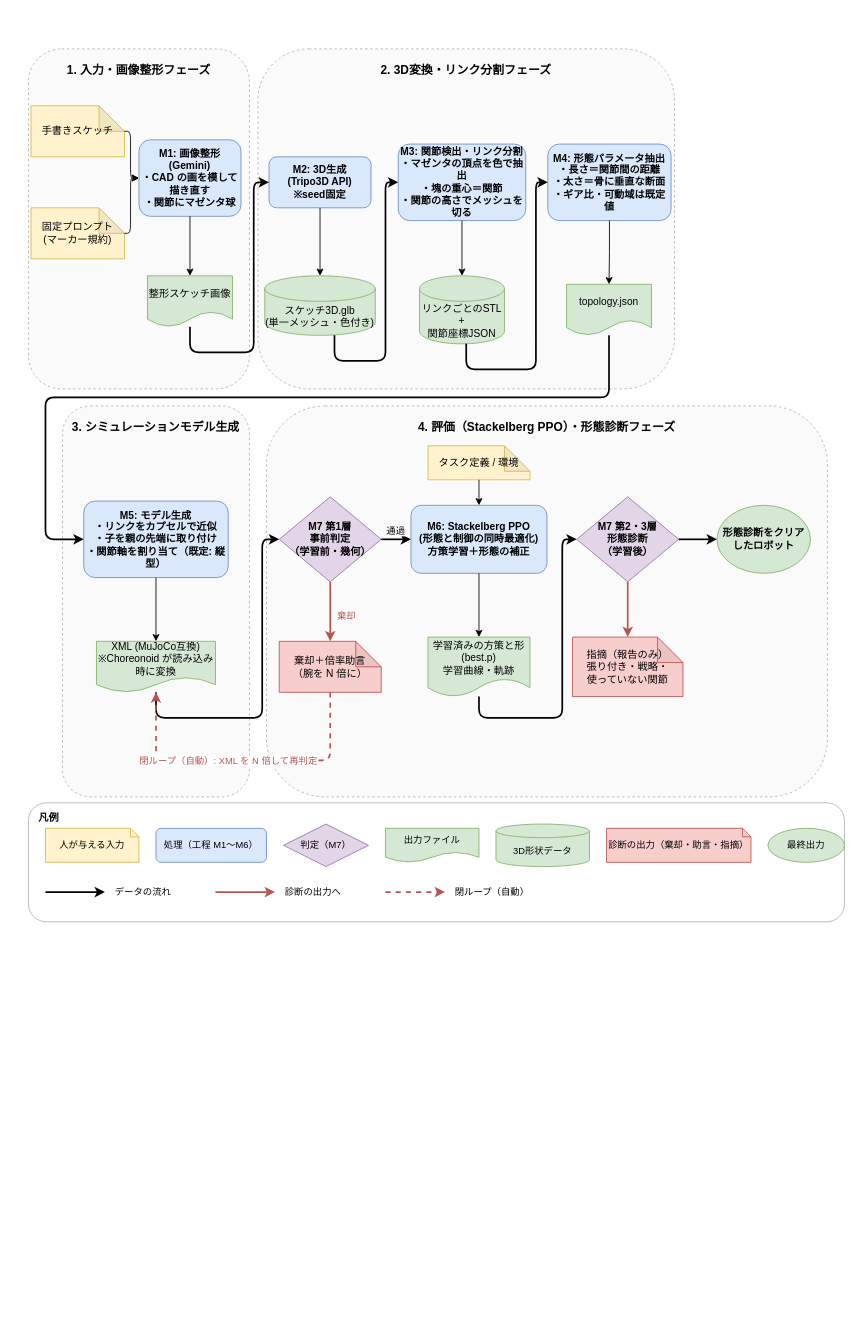
This is docs/研究応用/執筆/システム図_論文用.drawio from 233301koshiro/StackelbergPPO, a draw.io file, before an edit. Source tidied: cells renumbered, new cells numbered last; positions are measured from the earlier drawing's top-left corner, leaving out a move shared by most shapes. Both pictures are drawn from the tidied source at 85%, with x=0, y=0 at pixel (28, 48).
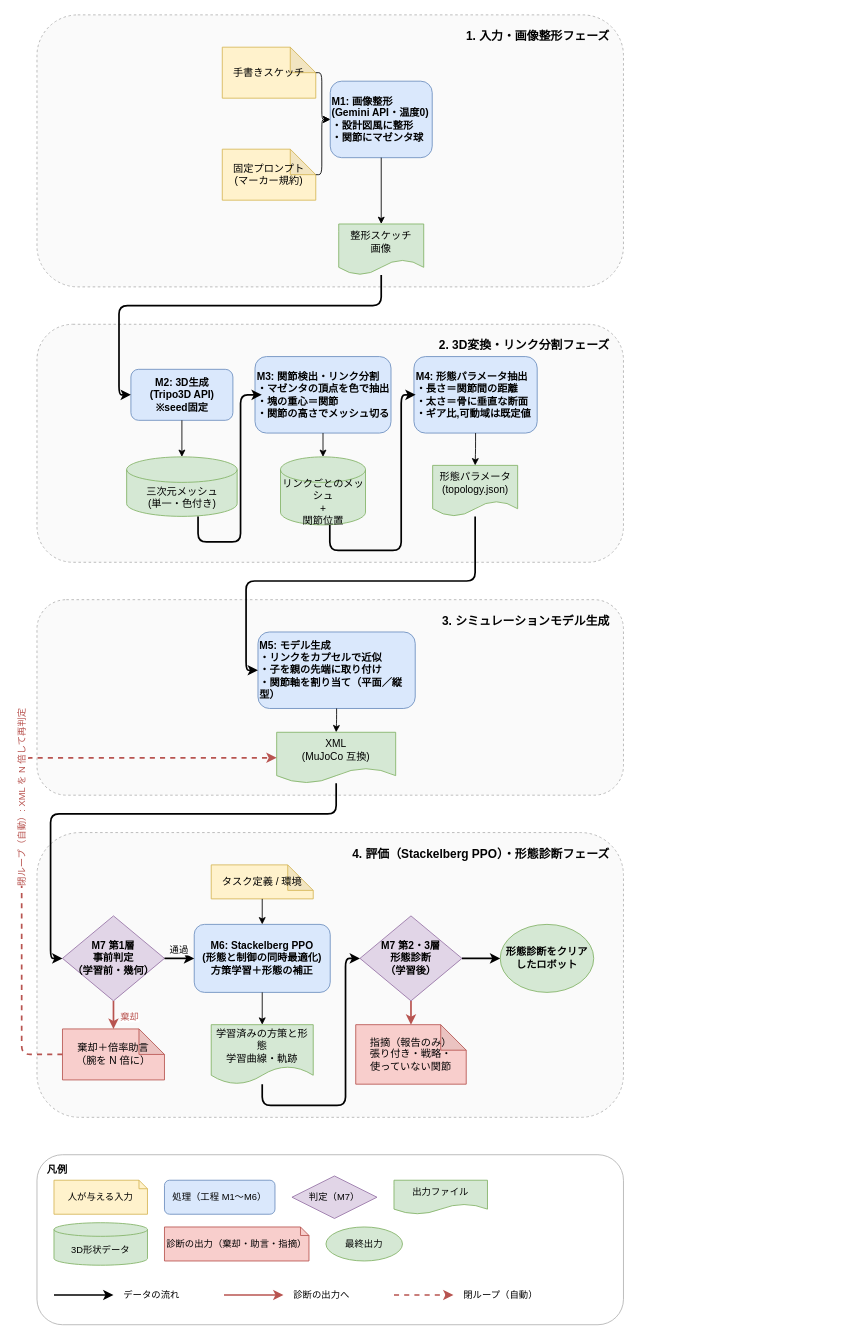
After the change.

Commit message (it also covers changes not shown here):
図 3.1 の論文用を 4 段に（make_system_figure.py、横長はスライド用に残す。論文用はファイル名を中身の名前に、既定は平面）、図 3.5 を関節▲と擬似コードに、3.9 にカプセルの大きさの理由（両版）。図 3.1 の PDF 書き出しは未実施

What changed in the source:
```diff
@@
-    <mxCell id="2" value="1. 入力・画像整形フェーズ" style="rounded=1;whiteSpace=wrap;html=1;dashed=1;fillColor=#fafafa;verticalAlign=top;fontStyle=1;fontSize=14;spacingTop=10;strokeColor=#b3b3b3;" parent="1" vertex="1">
-      <mxGeometry width="260" height="400" as="geometry" />
+    <mxCell id="2" value="1. 入力・画像整形フェーズ" style="rounded=1;whiteSpace=wrap;html=1;dashed=1;fillColor=#fafafa;verticalAlign=top;fontStyle=1;fontSize=14;spacingTop=10;strokeColor=#b3b3b3;align=right;spacingRight=14;" parent="1" vertex="1">
+      <mxGeometry x="10" y="-40" width="690" height="320" as="geometry" />
     </mxCell>
-    <mxCell id="3" value="2. 3D変換・リンク分割フェーズ" style="rounded=1;whiteSpace=wrap;html=1;dashed=1;fillColor=#fafafa;verticalAlign=top;fontStyle=1;fontSize=14;spacingTop=10;strokeColor=#b3b3b3;" parent="1" vertex="1">
-      <mxGeometry x="270" width="490" height="400" as="geometry" />
+    <mxCell id="3" value="2. 3D変換・リンク分割フェーズ" style="rounded=1;whiteSpace=wrap;html=1;dashed=1;fillColor=#fafafa;verticalAlign=top;fontStyle=1;fontSize=14;spacingTop=10;strokeColor=#b3b3b3;align=right;spacingRight=14;" parent="1" vertex="1">
+      <mxGeometry x="10" y="324" width="690" height="280" as="geometry" />
     </mxCell>
-    <mxCell id="4" value="3. シミュレーションモデル生成" style="rounded=1;whiteSpace=wrap;html=1;dashed=1;fillColor=#fafafa;verticalAlign=top;fontStyle=1;fontSize=14;spacingTop=10;strokeColor=#b3b3b3;" parent="1" vertex="1">
-      <mxGeometry x="40" y="420" width="220" height="460" as="geometry" />
+    <mxCell id="4" value="3. シミュレーションモデル生成" style="rounded=1;whiteSpace=wrap;html=1;dashed=1;fillColor=#fafafa;verticalAlign=top;fontStyle=1;fontSize=14;spacingTop=10;strokeColor=#b3b3b3;align=right;spacingRight=14;" parent="1" vertex="1">
+      <mxGeometry x="10" y="648" width="690" height="230" as="geometry" />
     </mxCell>
-    <mxCell id="5" value="4. 評価（Stackelberg PPO）・形態診断フェーズ" style="rounded=1;whiteSpace=wrap;html=1;dashed=1;fillColor=#fafafa;verticalAlign=top;fontStyle=1;fontSize=14;spacingTop=10;strokeColor=#b3b3b3;" parent="1" vertex="1">
-      <mxGeometry x="280" y="420" width="660" height="460" as="geometry" />
+    <mxCell id="5" value="4. 評価（Stackelberg PPO）・形態診断フェーズ" style="rounded=1;whiteSpace=wrap;html=1;dashed=1;fillColor=#fafafa;verticalAlign=top;fontStyle=1;fontSize=14;spacingTop=10;strokeColor=#b3b3b3;align=right;spacingRight=14;" parent="1" vertex="1">
+      <mxGeometry x="10" y="922" width="690" height="335" as="geometry" />
     </mxCell>
     <mxCell id="6" value="手書きスケッチ" style="shape=note;whiteSpace=wrap;html=1;backgroundOutline=1;darkOpacity=0.05;fillColor=#fff2cc;strokeColor=#d6b656;" parent="1" vertex="1">
-      <mxGeometry x="3" y="67" width="110" height="60" as="geometry" />
+      <mxGeometry x="228" y="-2" width="110" height="60" as="geometry" />
     </mxCell>
     <mxCell id="7" value="固定プロンプト&#10;(マーカー規約)" style="shape=note;whiteSpace=wrap;html=1;backgroundOutline=1;darkOpacity=0.05;fillColor=#fff2cc;strokeColor=#d6b656;" parent="1" vertex="1">
-      <mxGeometry x="3" y="187" width="110" height="60" as="geometry" />
+      <mxGeometry x="228" y="118" width="110" height="60" as="geometry" />
     </mxCell>
-    <mxCell id="8" value="M1: 画像整形&#10;(Gemini)&#10;・CAD の画を模して描き直す&#10;・関節にマゼンタ球" style="rounded=1;whiteSpace=wrap;html=1;fillColor=#dae8fc;strokeColor=#6c8ebf;fontStyle=1;" parent="1" vertex="1">
-      <mxGeometry x="130" y="107" width="120" height="90" as="geometry" />
+    <mxCell id="8" value="M1: 画像整形&lt;br&gt;(Gemini API・温度0)&lt;br&gt;・設計図風に整形&lt;br&gt;・関節にマゼンタ球" style="rounded=1;whiteSpace=wrap;html=1;fillColor=#dae8fc;strokeColor=#6c8ebf;fontStyle=1;align=left;" parent="1" vertex="1">
+      <mxGeometry x="355" y="38" width="120" height="90" as="geometry" />
     </mxCell>
-    <mxCell id="9" value="整形スケッチ画像" style="shape=document;whiteSpace=wrap;html=1;boundedLbl=1;fillColor=#d5e8d4;strokeColor=#82b366;" parent="1" vertex="1">
-      <mxGeometry x="140" y="267" width="100" height="60" as="geometry" />
+    <mxCell id="9" value="整形スケッチ&lt;br&gt;画像" style="shape=document;whiteSpace=wrap;html=1;boundedLbl=1;fillColor=#d5e8d4;strokeColor=#82b366;" parent="1" vertex="1">
+      <mxGeometry x="365" y="206" width="100" height="60" as="geometry" />
     </mxCell>
     <mxCell id="10" style="edgeStyle=orthogonalEdgeStyle;rounded=1;html=1;entryX=0;entryY=0.5;entryDx=0;entryDy=0;" parent="1" edge="1" source="6" target="8">
       <mxGeometry relative="1" as="geometry">
         <Array as="points">
-          <mxPoint x="120.1" y="97.1" />
-          <mxPoint x="120.1" y="152" />
+          <mxPoint x="345.1" y="28.1" />
+          <mxPoint x="345.1" y="83" />
         </Array>
       </mxGeometry>
     </mxCell>
     <mxCell id="11" style="edgeStyle=orthogonalEdgeStyle;rounded=1;html=1;entryX=0;entryY=0.5;entryDx=0;entryDy=0;" parent="1" edge="1" source="7" target="8">
       <mxGeometry relative="1" as="geometry">
         <Array as="points">
-          <mxPoint x="120.1" y="217.1" />
-          <mxPoint x="120.1" y="152" />
+          <mxPoint x="345.1" y="148.1" />
+          <mxPoint x="345.1" y="83" />
         </Array>
       </mxGeometry>
     </mxCell>
@@
     <mxCell id="13" value="M2: 3D生成&#10;(Tripo3D API)&#10;※seed固定" style="rounded=1;whiteSpace=wrap;html=1;fillColor=#dae8fc;strokeColor=#6c8ebf;fontStyle=1;" parent="1" vertex="1">
-      <mxGeometry x="283" y="127" width="120" height="60" as="geometry" />
+      <mxGeometry x="120.5" y="377" width="120" height="60" as="geometry" />
     </mxCell>
-    <mxCell id="14" value="スケッチ3D.glb&#10;(単一メッシュ・色付き)" style="shape=cylinder3;whiteSpace=wrap;html=1;boundedLbl=1;backgroundOutline=1;size=15;fillColor=#d5e8d4;strokeColor=#82b366;" parent="1" vertex="1">
-      <mxGeometry x="278" y="267" width="130" height="70" as="geometry" />
+    <mxCell id="14" value="三次元メッシュ&lt;br&gt;(単一・色付き)" style="shape=cylinder3;whiteSpace=wrap;html=1;boundedLbl=1;backgroundOutline=1;size=15;fillColor=#d5e8d4;strokeColor=#82b366;" parent="1" vertex="1">
+      <mxGeometry x="115.5" y="480" width="130" height="70" as="geometry" />
     </mxCell>
-    <mxCell id="15" value="M3: 関節検出・リンク分割&#10;・マゼンタの頂点を色で抽出&#10;・塊の重心＝関節&#10;・関節の高さでメッシュを切る" style="rounded=1;whiteSpace=wrap;html=1;fillColor=#dae8fc;strokeColor=#6c8ebf;fontStyle=1;" parent="1" vertex="1">
-      <mxGeometry x="435" y="112" width="150" height="90" as="geometry" />
+    <mxCell id="15" value="M3: 関節検出・リンク分割&lt;br&gt;・マゼンタの頂点を色で抽出&lt;br&gt;・塊の重心＝関節&lt;br&gt;・関節の高さでメッシュ切る" style="rounded=1;whiteSpace=wrap;html=1;fillColor=#dae8fc;strokeColor=#6c8ebf;fontStyle=1;align=left;" parent="1" vertex="1">
+      <mxGeometry x="266.5" y="362" width="160" height="90" as="geometry" />
     </mxCell>
-    <mxCell id="16" value="リンクごとのSTL&#10;+&#10;関節座標JSON" style="shape=cylinder3;whiteSpace=wrap;html=1;boundedLbl=1;backgroundOutline=1;size=15;fillColor=#d5e8d4;strokeColor=#82b366;" parent="1" vertex="1">
-      <mxGeometry x="460" y="267" width="100" height="80" as="geometry" />
+    <mxCell id="16" value="リンクごとのメッシュ&lt;br&gt;+&lt;br&gt;関節位置" style="shape=cylinder3;whiteSpace=wrap;html=1;boundedLbl=1;backgroundOutline=1;size=15;fillColor=#d5e8d4;strokeColor=#82b366;" parent="1" vertex="1">
+      <mxGeometry x="296.5" y="480" width="100" height="80" as="geometry" />
     </mxCell>
-    <mxCell id="17" value="M4: 形態パラメータ抽出&#10;・長さ＝関節間の距離&#10;・太さ＝骨に垂直な断面&#10;・ギア比・可動域は既定値" style="rounded=1;whiteSpace=wrap;html=1;fillColor=#dae8fc;strokeColor=#6c8ebf;fontStyle=1;" parent="1" vertex="1">
-      <mxGeometry x="611" y="112" width="145" height="90" as="geometry" />
+    <mxCell id="17" value="M4: 形態パラメータ抽出&lt;br&gt;・長さ＝関節間の距離&lt;br&gt;・太さ＝骨に垂直な断面&lt;br&gt;・ギア比,可動域は既定値" style="rounded=1;whiteSpace=wrap;html=1;fillColor=#dae8fc;strokeColor=#6c8ebf;fontStyle=1;align=left;" parent="1" vertex="1">
+      <mxGeometry x="453.5" y="362" width="145" height="90" as="geometry" />
     </mxCell>
-    <mxCell id="18" value="topology.json" style="shape=document;whiteSpace=wrap;html=1;boundedLbl=1;fillColor=#d5e8d4;strokeColor=#82b366;" parent="1" vertex="1">
-      <mxGeometry x="633" y="277" width="100" height="60" as="geometry" />
+    <mxCell id="18" value="形態パラメータ&lt;br&gt;(topology.json)" style="shape=document;whiteSpace=wrap;html=1;boundedLbl=1;fillColor=#d5e8d4;strokeColor=#82b366;" parent="1" vertex="1">
+      <mxGeometry x="475.5" y="490" width="100" height="60" as="geometry" />
     </mxCell>
     <mxCell id="19" style="edgeStyle=orthogonalEdgeStyle;rounded=1;html=1;strokeWidth=2;" parent="1" edge="1" source="9" target="13">
       <mxGeometry relative="1" as="geometry">
         <Array as="points">
-          <mxPoint x="190" y="357" />
-          <mxPoint x="265" y="357" />
-          <mxPoint x="265" y="157" />
+          <mxPoint x="415" y="302" />
+          <mxPoint x="106.5" y="302" />
+          <mxPoint x="106.5" y="407" />
         </Array>
       </mxGeometry>
     </mxCell>
@@
-    <mxCell id="21" style="edgeStyle=orthogonalEdgeStyle;rounded=1;html=1;strokeWidth=2;" parent="1" edge="1" source="14" target="15">
+    <mxCell id="21" style="edgeStyle=orthogonalEdgeStyle;rounded=1;html=1;strokeWidth=2;" parent="1" edge="1">
       <mxGeometry relative="1" as="geometry">
+        <mxPoint x="199.5" y="550" as="sourcePoint" />
+        <mxPoint x="274.5" y="407" as="targetPoint" />
         <Array as="points">
-          <mxPoint x="360" y="367" />
-          <mxPoint x="420" y="367" />
-          <mxPoint x="420" y="157" />
+          <mxPoint x="199.5" y="580" />
+          <mxPoint x="249.5" y="580" />
+          <mxPoint x="249.5" y="407" />
         </Array>
       </mxGeometry>
     </mxCell>
@@
-    <mxCell id="23" style="edgeStyle=orthogonalEdgeStyle;rounded=1;html=1;strokeWidth=2;" parent="1" edge="1" source="16" target="17">
+    <mxCell id="23" style="edgeStyle=orthogonalEdgeStyle;rounded=1;html=1;strokeWidth=2;" parent="1" edge="1">
       <mxGeometry relative="1" as="geometry">
+        <mxPoint x="354.5" y="560" as="sourcePoint" />
+        <mxPoint x="455.5" y="407" as="targetPoint" />
         <Array as="points">
-          <mxPoint x="515" y="377" />
-          <mxPoint x="597" y="377" />
-          <mxPoint x="597" y="157" />
+          <mxPoint x="354.5" y="590" />
+          <mxPoint x="438.5" y="590" />
+          <mxPoint x="438.5" y="407" />
         </Array>
       </mxGeometry>
     </mxCell>
@@
-    <mxCell id="25" value="M5: モデル生成&#10;・リンクをカプセルで近似&#10;・子を親の先端に取り付け&#10;・関節軸を割り当て（既定: 縦型）" style="rounded=1;whiteSpace=wrap;html=1;fillColor=#dae8fc;strokeColor=#6c8ebf;fontStyle=1;" parent="1" vertex="1">
-      <mxGeometry x="65" y="532" width="170" height="90" as="geometry" />
+    <mxCell id="25" value="M5: モデル生成&lt;br&gt;・リンクをカプセルで近似&lt;br&gt;・子を親の先端に取り付け&lt;br&gt;・関節軸を割り当て（平面／縦型）" style="rounded=1;whiteSpace=wrap;html=1;fillColor=#dae8fc;strokeColor=#6c8ebf;fontStyle=1;align=left;" parent="1" vertex="1">
+      <mxGeometry x="270" y="686" width="185" height="90" as="geometry" />
     </mxCell>
-    <mxCell id="26" value="XML (MuJoCo互換)&#10;※Choreonoid が読み込み時に変換" style="shape=document;whiteSpace=wrap;html=1;boundedLbl=1;fillColor=#d5e8d4;strokeColor=#82b366;" parent="1" vertex="1">
-      <mxGeometry x="80" y="697" width="140" height="60" as="geometry" />
+    <mxCell id="26" value="XML&lt;br&gt;(MuJoCo 互換)" style="shape=document;whiteSpace=wrap;html=1;boundedLbl=1;fillColor=#d5e8d4;strokeColor=#82b366;" parent="1" vertex="1">
+      <mxGeometry x="292" y="804" width="140" height="60" as="geometry" />
     </mxCell>
     <mxCell id="27" style="edgeStyle=orthogonalEdgeStyle;rounded=1;html=1;strokeWidth=2;" parent="1" edge="1" source="18" target="25">
       <mxGeometry relative="1" as="geometry">
         <Array as="points">
-          <mxPoint x="683" y="410" />
-          <mxPoint x="20" y="410" />
-          <mxPoint x="20" y="577" />
+          <mxPoint x="525.5" y="626" />
+          <mxPoint x="256" y="626" />
+          <mxPoint x="256" y="731" />
         </Array>
       </mxGeometry>
     </mxCell>
@@
     <mxCell id="29" value="M7 第1層&#10;事前判定&#10;（学習前・幾何）" style="rhombus;whiteSpace=wrap;html=1;fillColor=#e1d5e7;strokeColor=#9673a6;fontStyle=1;" parent="1" vertex="1">
-      <mxGeometry x="295" y="527" width="120" height="100" as="geometry" />
+      <mxGeometry x="40" y="1020" width="120" height="100" as="geometry" />
     </mxCell>
     <mxCell id="30" value="棄却＋倍率助言&#10;（腕を N 倍に）" style="shape=note;whiteSpace=wrap;html=1;backgroundOutline=1;darkOpacity=0.05;fillColor=#f8cecc;strokeColor=#b85450;" parent="1" vertex="1">
-      <mxGeometry x="295" y="697" width="120" height="60" as="geometry" />
+      <mxGeometry x="40" y="1153" width="120" height="60" as="geometry" />
     </mxCell>
     <mxCell id="31" value="タスク定義 / 環境" style="shape=note;whiteSpace=wrap;html=1;backgroundOutline=1;darkOpacity=0.05;fillColor=#fff2cc;strokeColor=#d6b656;" parent="1" vertex="1">
-      <mxGeometry x="470" y="467" width="120" height="40" as="geometry" />
+      <mxGeometry x="215" y="960" width="120" height="40" as="geometry" />
     </mxCell>
     <mxCell id="32" value="M6: Stackelberg PPO&#10;(形態と制御の同時最適化)&#10;方策学習＋形態の補正" style="rounded=1;whiteSpace=wrap;html=1;fillColor=#dae8fc;strokeColor=#6c8ebf;fontStyle=1;" parent="1" vertex="1">
-      <mxGeometry x="450" y="537" width="160" height="80" as="geometry" />
+      <mxGeometry x="195" y="1030" width="160" height="80" as="geometry" />
     </mxCell>
-    <mxCell id="33" value="学習済みの方策と形&#10;(best.p)&#10;学習曲線・軌跡" style="shape=document;whiteSpace=wrap;html=1;boundedLbl=1;fillColor=#d5e8d4;strokeColor=#82b366;" parent="1" vertex="1">
-      <mxGeometry x="470" y="692" width="120" height="70" as="geometry" />
+    <mxCell id="33" value="学習済みの方策と形態&lt;br&gt;学習曲線・軌跡" style="shape=document;whiteSpace=wrap;html=1;boundedLbl=1;fillColor=#d5e8d4;strokeColor=#82b366;" parent="1" vertex="1">
+      <mxGeometry x="215" y="1148" width="120" height="70" as="geometry" />
     </mxCell>
     <mxCell id="34" value="M7 第2・3層&#10;形態診断&#10;（学習後）" style="rhombus;whiteSpace=wrap;html=1;fillColor=#e1d5e7;strokeColor=#9673a6;fontStyle=1;" parent="1" vertex="1">
-      <mxGeometry x="645" y="527" width="120" height="100" as="geometry" />
+      <mxGeometry x="390" y="1020" width="120" height="100" as="geometry" />
     </mxCell>
     <mxCell id="35" value="指摘（報告のみ）&#10;張り付き・戦略・&#10;使っていない関節" style="shape=note;whiteSpace=wrap;html=1;backgroundOutline=1;darkOpacity=0.05;fillColor=#f8cecc;strokeColor=#b85450;" parent="1" vertex="1">
-      <mxGeometry x="640" y="692" width="130" height="70" as="geometry" />
+      <mxGeometry x="385" y="1148" width="130" height="70" as="geometry" />
     </mxCell>
     <mxCell id="36" value="形態診断をクリア&lt;br&gt;したロボット" style="ellipse;whiteSpace=wrap;html=1;fillColor=#d5e8d4;strokeColor=#82b366;fontStyle=1;" parent="1" vertex="1">
-      <mxGeometry x="810" y="537" width="110" height="80" as="geometry" />
+      <mxGeometry x="555" y="1030" width="110" height="80" as="geometry" />
     </mxCell>
     <mxCell id="37" style="edgeStyle=orthogonalEdgeStyle;rounded=1;html=1;strokeWidth=2;" parent="1" edge="1" source="26" target="29">
       <mxGeometry relative="1" as="geometry">
         <Array as="points">
-          <mxPoint x="150" y="787" />
-          <mxPoint x="275" y="787" />
-          <mxPoint x="275" y="577" />
+          <mxPoint x="362" y="900" />
+          <mxPoint x="26" y="900" />
+          <mxPoint x="26" y="1070" />
         </Array>
       </mxGeometry>
     </mxCell>
@@
     <mxCell id="44" style="edgeStyle=orthogonalEdgeStyle;rounded=1;html=1;strokeWidth=2;" parent="1" edge="1" source="33" target="34">
       <mxGeometry relative="1" as="geometry">
         <Array as="points">
-          <mxPoint x="530" y="787" />
-          <mxPoint x="628" y="787" />
-          <mxPoint x="628" y="577" />
+          <mxPoint x="275" y="1243" />
+          <mxPoint x="373" y="1243" />
+          <mxPoint x="373" y="1070" />
         </Array>
       </mxGeometry>
     </mxCell>
@@
     <mxCell id="47" style="edgeStyle=orthogonalEdgeStyle;rounded=1;html=1;strokeColor=#b85450;strokeWidth=2;dashed=1;" parent="1" edge="1" source="30" target="26">
       <mxGeometry relative="1" as="geometry">
         <Array as="points">
-          <mxPoint x="355" y="837" />
-          <mxPoint x="150" y="837" />
+          <mxPoint x="-8" y="1183" />
+          <mxPoint x="-8" y="834" />
         </Array>
       </mxGeometry>
     </mxCell>
-    <mxCell id="48" value="閉ループ（自動）: XML を N 倍して再判定" style="edgeLabel;html=1;align=center;verticalAlign=middle;fontColor=#b85450;backgroundColor=#ffffff;" parent="47" vertex="1">
-      <mxGeometry x="0.1" relative="1" as="geometry" />
+    <mxCell id="48" value="閉ループ（自動）: XML を N 倍して再判定" style="edgeLabel;html=1;align=center;verticalAlign=middle;fontColor=#b85450;backgroundColor=#ffffff;horizontal=0;" parent="47" vertex="1">
+      <mxGeometry relative="1" as="geometry" />
     </mxCell>
     <mxCell id="49" style="group;" parent="1" vertex="1">
-      <mxGeometry y="887" width="960" height="140" as="geometry" />
+      <mxGeometry x="10" y="1301" width="690" height="200" as="geometry" />
     </mxCell>
     <mxCell id="50" value="凡例" style="rounded=1;whiteSpace=wrap;html=1;fillColor=#ffffff;strokeColor=#b3b3b3;verticalAlign=top;align=left;spacingLeft=10;spacingTop=4;fontStyle=1;" parent="49" vertex="1">
-      <mxGeometry width="960" height="140" as="geometry" />
+      <mxGeometry width="690" height="200" as="geometry" />
     </mxCell>
@@
     <mxCell id="55" value="3D形状データ" style="shape=cylinder3;whiteSpace=wrap;html=1;boundedLbl=1;backgroundOutline=1;size=8;fillColor=#d5e8d4;strokeColor=#82b366;fontSize=11;" parent="49" vertex="1">
-      <mxGeometry x="550" y="25" width="110" height="50" as="geometry" />
+      <mxGeometry x="20" y="80" width="110" height="50" as="geometry" />
     </mxCell>
     <mxCell id="56" value="診断の出力（棄却・助言・指摘）" style="shape=note;whiteSpace=wrap;html=1;backgroundOutline=1;size=10;fillColor=#f8cecc;strokeColor=#b85450;fontSize=11;" parent="49" vertex="1">
-      <mxGeometry x="680" y="30" width="170" height="40" as="geometry" />
+      <mxGeometry x="150" y="85" width="170" height="40" as="geometry" />
     </mxCell>
     <mxCell id="57" value="最終出力" style="ellipse;whiteSpace=wrap;html=1;fillColor=#d5e8d4;strokeColor=#82b366;fontSize=11;" parent="49" vertex="1">
-      <mxGeometry x="870" y="30" width="90" height="40" as="geometry" />
+      <mxGeometry x="340" y="85" width="90" height="40" as="geometry" />
     </mxCell>
     <mxCell id="58" style="endArrow=classic;html=1;strokeWidth=2;" parent="49" edge="1">
       <mxGeometry relative="1" as="geometry">
-        <mxPoint x="20" y="105" as="sourcePoint" />
-        <mxPoint x="90" y="105" as="targetPoint" />
+        <mxPoint x="20" y="165" as="sourcePoint" />
+        <mxPoint x="90" y="165" as="targetPoint" />
       </mxGeometry>
     </mxCell>
     <mxCell id="59" value="データの流れ" style="text;html=1;align=left;verticalAlign=middle;fontSize=11;" parent="49" vertex="1">
-      <mxGeometry x="100" y="90" width="100" height="30" as="geometry" />
+      <mxGeometry x="100" y="150" width="100" height="30" as="geometry" />
     </mxCell>
     <mxCell id="60" style="endArrow=classic;html=1;strokeColor=#b85450;strokeWidth=2;" parent="49" edge="1">
       <mxGeometry relative="1" as="geometry">
-        <mxPoint x="220" y="105" as="sourcePoint" />
-        <mxPoint x="290" y="105" as="targetPoint" />
+        <mxPoint x="220" y="165" as="sourcePoint" />
+        <mxPoint x="290" y="165" as="targetPoint" />
       </mxGeometry>
     </mxCell>
     <mxCell id="61" value="診断の出力へ" style="text;html=1;align=left;verticalAlign=middle;fontSize=11;" parent="49" vertex="1">
-      <mxGeometry x="300" y="90" width="100" height="30" as="geometry" />
+      <mxGeometry x="300" y="150" width="100" height="30" as="geometry" />
     </mxCell>
     <mxCell id="62" style="endArrow=classic;html=1;strokeColor=#b85450;strokeWidth=2;dashed=1;" parent="49" edge="1">
       <mxGeometry relative="1" as="geometry">
-        <mxPoint x="420" y="105" as="sourcePoint" />
-        <mxPoint x="490" y="105" as="targetPoint" />
+        <mxPoint x="420" y="165" as="sourcePoint" />
+        <mxPoint x="490" y="165" as="targetPoint" />
       </mxGeometry>
     </mxCell>
     <mxCell id="63" value="閉ループ（自動）" style="text;html=1;align=left;verticalAlign=middle;fontSize=11;" parent="49" vertex="1">
-      <mxGeometry x="500" y="90" width="110" height="30" as="geometry" />
+      <mxGeometry x="500" y="150" width="110" height="30" as="geometry" />
     </mxCell>
```
